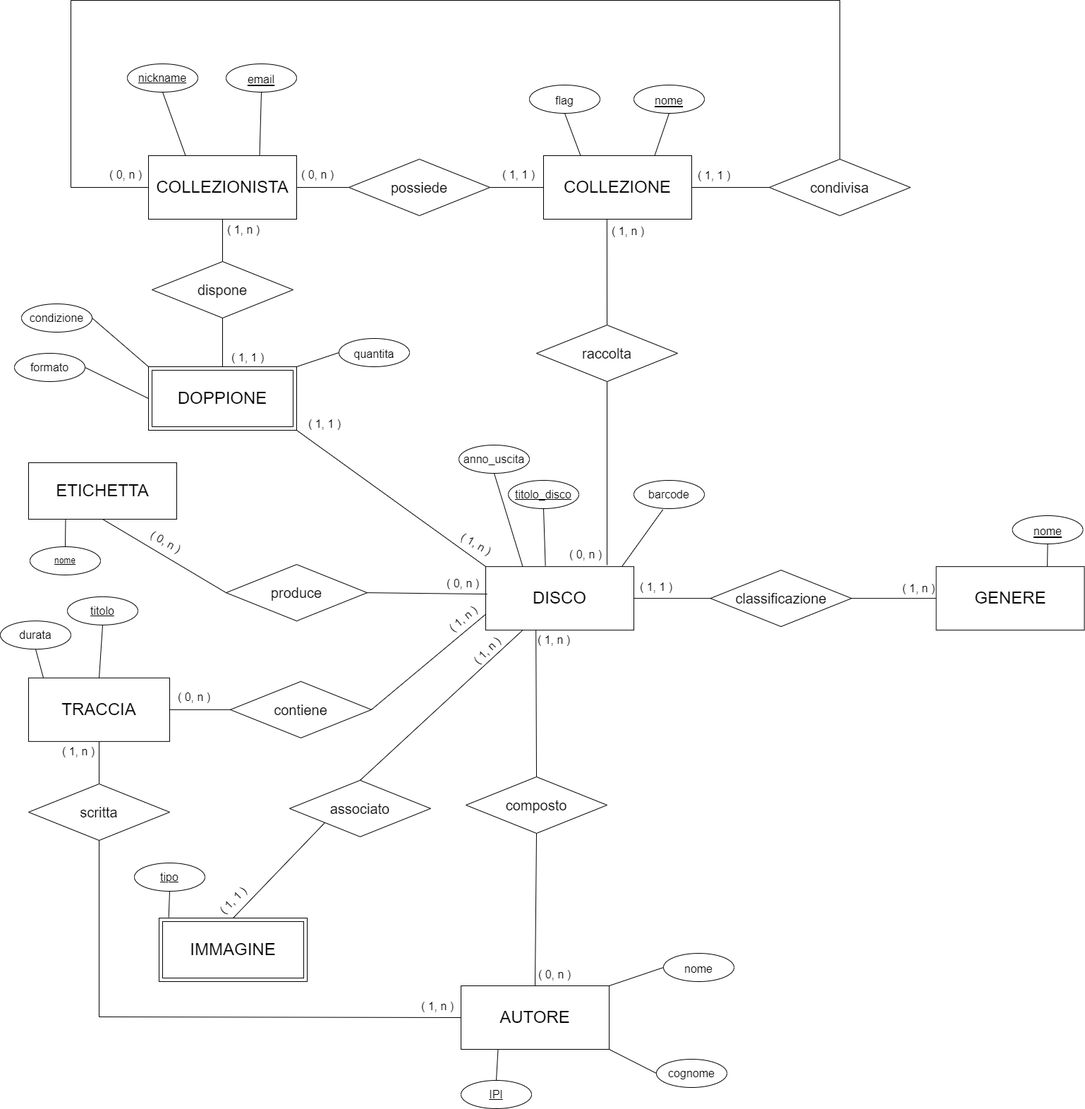
The draw.io diagram SCHEMA_ER_Progetto Imagine.drawio.png in maryluuuu/db-collectors, before a commit. Source tidied: cells renumbered, new cells last; positions are measured from the earlier drawing's top-left corner, leaving out a move shared by most shapes.
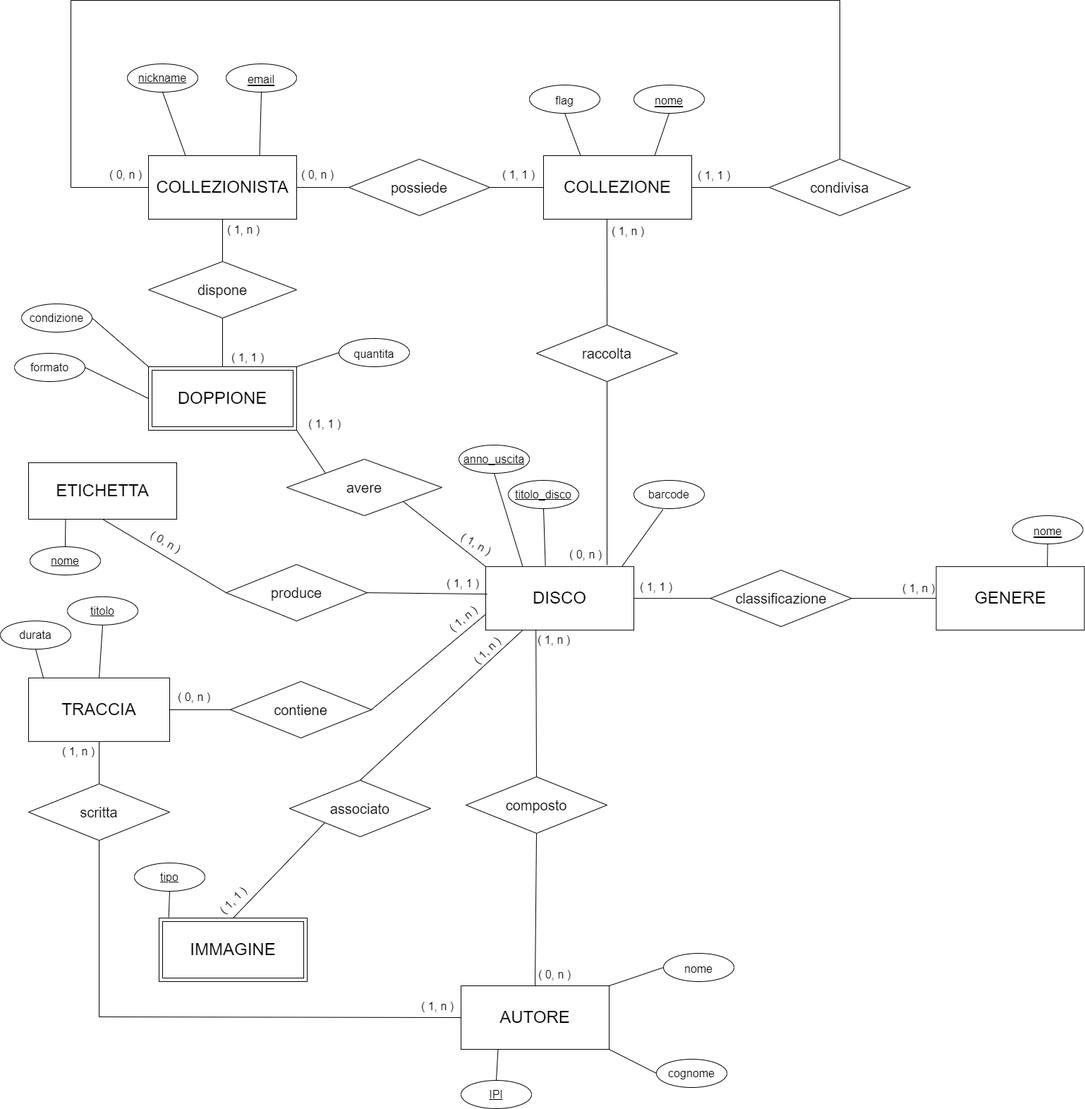
After the change.

Commit message:
Aggiornamento SCHEMA E-R (Parte 3) + SQL (da rivedere)

What changed in the source:
```diff
@@ -169,7 +169,7 @@
     <mxCell id="56" style="endArrow=none;html=1;rounded=0;entryX=0.25;entryY=0;entryDx=0;entryDy=0;exitX=0.5;exitY=1;exitDx=0;exitDy=0;fontSize=24;" parent="1" edge="1" source="57" target="3">
       <mxGeometry relative="1" as="geometry" />
     </mxCell>
-    <mxCell id="57" value="anno_uscita" style="ellipse;whiteSpace=wrap;html=1;align=center;fontSize=16;" parent="1" vertex="1">
+    <mxCell id="57" value="&lt;u&gt;anno_uscita&lt;/u&gt;" style="ellipse;whiteSpace=wrap;html=1;align=center;fontSize=16;" parent="1" vertex="1">
       <mxGeometry x="650" y="630" width="100" height="40" as="geometry" />
     </mxCell>
     <mxCell id="58" value="&lt;u style=&quot;font-size: 16px;&quot;&gt;tipo&lt;/u&gt;" style="ellipse;whiteSpace=wrap;html=1;align=center;fontSize=16;" parent="1" vertex="1">
@@ -245,7 +245,7 @@
       <mxGeometry relative="1" as="geometry" />
     </mxCell>
     <mxCell id="80" value="&lt;font style=&quot;font-size: 20px;&quot;&gt;dispone&lt;/font&gt;" style="shape=rhombus;perimeter=rhombusPerimeter;whiteSpace=wrap;html=1;align=center;fontSize=24;" parent="1" vertex="1">
-      <mxGeometry x="215" y="370" width="200" height="80" as="geometry" />
+      <mxGeometry x="210" y="370" width="210" height="80" as="geometry" />
     </mxCell>
     <mxCell id="81" style="endArrow=none;html=1;rounded=0;exitX=0.5;exitY=0;exitDx=0;exitDy=0;entryX=0;entryY=0.5;entryDx=0;entryDy=0;fontSize=24;" parent="1" edge="1" source="34" target="11">
       <mxGeometry relative="1" as="geometry">
@@ -271,7 +271,7 @@
     <mxCell id="86" value="&lt;font style=&quot;font-size: 16px;&quot;&gt;( 1, n )&lt;/font&gt;" style="text;html=1;strokeColor=none;fillColor=none;align=center;verticalAlign=middle;whiteSpace=wrap;rounded=0;rotation=-45;" parent="1" vertex="1">
       <mxGeometry x="660" y="906" width="60" height="30" as="geometry" />
     </mxCell>
-    <mxCell id="87" value="nome" style="ellipse;whiteSpace=wrap;html=1;align=center;fontStyle=4;" parent="1" vertex="1">
+    <mxCell id="87" value="&lt;font style=&quot;font-size: 16px;&quot;&gt;nome&lt;/font&gt;" style="ellipse;whiteSpace=wrap;html=1;align=center;fontStyle=4;" parent="1" vertex="1">
       <mxGeometry x="42" y="774" width="100" height="40" as="geometry" />
     </mxCell>
     <mxCell id="88" style="endArrow=none;html=1;rounded=0;exitX=0.25;exitY=1;exitDx=0;exitDy=0;entryX=0.5;entryY=0;entryDx=0;entryDy=0;" parent="1" edge="1" source="83" target="87">
@@ -280,13 +280,13 @@
     <mxCell id="89" value="&lt;font style=&quot;font-size: 16px;&quot;&gt;( 0, n )&lt;/font&gt;" style="text;html=1;strokeColor=none;fillColor=none;align=center;verticalAlign=middle;whiteSpace=wrap;rounded=0;rotation=30;" parent="1" vertex="1">
       <mxGeometry x="205" y="752" width="60" height="30" as="geometry" />
     </mxCell>
-    <mxCell id="90" value="&lt;font style=&quot;font-size: 16px;&quot;&gt;( 0, n )&lt;/font&gt;" style="text;html=1;strokeColor=none;fillColor=none;align=center;verticalAlign=middle;whiteSpace=wrap;rounded=0;" parent="1" vertex="1">
+    <mxCell id="90" value="&lt;font style=&quot;font-size: 16px;&quot;&gt;( 1, 1 )&lt;/font&gt;" style="text;html=1;strokeColor=none;fillColor=none;align=center;verticalAlign=middle;whiteSpace=wrap;rounded=0;" parent="1" vertex="1">
       <mxGeometry x="626" y="811.1" width="60" height="30" as="geometry" />
     </mxCell>
     <mxCell id="91" value="DOPPIONE" style="shape=ext;margin=3;double=1;whiteSpace=wrap;html=1;align=center;fontSize=24;" parent="1" vertex="1">
       <mxGeometry x="210" y="519" width="210" height="90" as="geometry" />
     </mxCell>
-    <mxCell id="92" style="endArrow=none;html=1;rounded=0;entryX=1;entryY=1;entryDx=0;entryDy=0;exitX=0;exitY=0;exitDx=0;exitDy=0;" parent="1" edge="1" source="3" target="91">
+    <mxCell id="92" style="endArrow=none;html=1;rounded=0;entryX=1;entryY=1;entryDx=0;entryDy=0;exitX=0;exitY=0;exitDx=0;exitDy=0;" parent="1" edge="1" source="102" target="91">
       <mxGeometry relative="1" as="geometry" />
     </mxCell>
     <mxCell id="93" style="endArrow=none;html=1;rounded=0;entryX=0.5;entryY=1;entryDx=0;entryDy=0;exitX=0.5;exitY=0;exitDx=0;exitDy=0;" parent="1" edge="1" source="91" target="80">
@@ -313,5 +313,11 @@
     <mxCell id="100" value="&lt;font style=&quot;font-size: 16px;&quot;&gt;barcode&lt;/font&gt;" style="ellipse;whiteSpace=wrap;html=1;align=center;" parent="1" vertex="1">
       <mxGeometry x="898" y="680" width="100" height="40" as="geometry" />
     </mxCell>
+    <mxCell id="101" style="endArrow=none;html=1;rounded=0;entryX=1;entryY=1;entryDx=0;entryDy=0;exitX=0;exitY=0;exitDx=0;exitDy=0;" parent="1" edge="1" source="3" target="102">
+      <mxGeometry relative="1" as="geometry" />
+    </mxCell>
+    <mxCell id="102" value="&lt;font style=&quot;font-size: 20px;&quot;&gt;avere&lt;/font&gt;" style="shape=rhombus;perimeter=rhombusPerimeter;whiteSpace=wrap;html=1;align=center;" parent="1" vertex="1">
+      <mxGeometry x="406" y="650" width="220" height="80" as="geometry" />
+    </mxCell>
   </root>
 </mxGraphModel>
```
